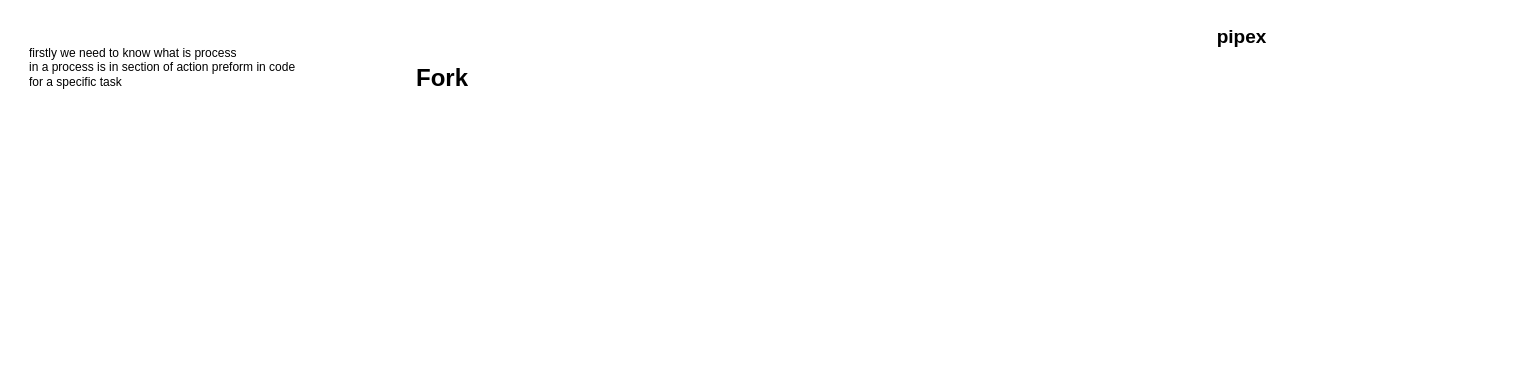
This is Untitled Diagram.drawio from raynlamlaika/pipex, a draw.io file, before an edit. Source tidied: cells renumbered, new cells numbered last; positions are measured from the earlier drawing's top-left corner, leaving out a move shared by most shapes. Both pictures are drawn from the tidied source at 100%, with x=0, y=0 at pixel (27, 17).
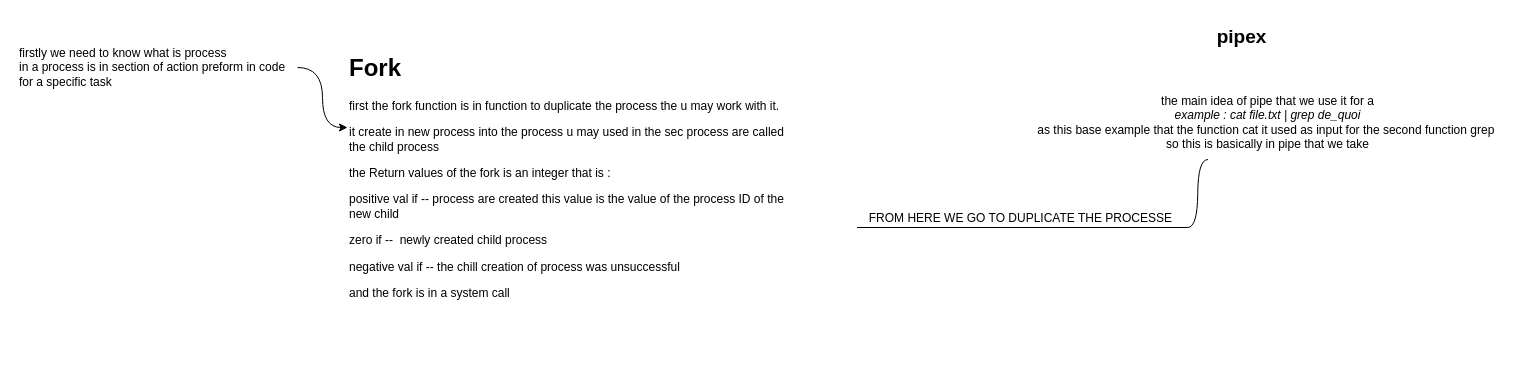
The same diagram, later.

The edit, as a diff of the source:
```diff
@@
 <mxGraphModel>
   <root>
     <mxCell id="0" />
     <mxCell id="1" parent="0" />
     <mxCell id="2" value="&lt;font style=&quot;color: light-dark(rgb(0, 0, 0), rgb(255, 175, 0)); font-size: 19px;&quot;&gt;pipex&lt;/font&gt;" style="text;align=center;fontStyle=1;verticalAlign=middle;spacingLeft=3;spacingRight=3;strokeColor=none;html=1;" parent="1" vertex="1">
       <mxGeometry x="1149" width="130" height="40" as="geometry" />
     </mxCell>
+    <mxCell id="5" style="edgeStyle=orthogonalEdgeStyle;rounded=0;jettySize=auto;html=1;exitX=1;exitY=0.5;exitDx=0;exitDy=0;entryX=0;entryY=0.25;entryDx=0;entryDy=0;curved=1;" parent="1" edge="1" source="3" target="4">
+      <mxGeometry relative="1" as="geometry" />
+    </mxCell>
     <mxCell id="3" value="firstly we need to know what is process&amp;nbsp;&lt;div style=&quot;&quot;&gt;in a process is in section of action preform&amp;nbsp;in code&amp;nbsp; for a specific task&lt;/div&gt;" style="text;html=1;align=left;verticalAlign=middle;whiteSpace=wrap;rounded=0;" parent="1" vertex="1">
-      <mxGeometry y="10" width="280" height="80" as="geometry" />
+      <mxGeometry x="-10" y="10" width="280" height="80" as="geometry" />
     </mxCell>
-    <mxCell id="4" value="&lt;h1 style=&quot;margin-top: 0px;&quot;&gt;Fork&lt;/h1&gt;&lt;p&gt;&lt;br&gt;&lt;/p&gt;" style="text;html=1;whiteSpace=wrap;overflow=hidden;rounded=0;" parent="1" vertex="1">
-      <mxGeometry x="387" y="40" width="180" height="120" as="geometry" />
+    <mxCell id="4" value="&lt;h1 style=&quot;margin-top: 0px;&quot;&gt;Fork&lt;/h1&gt;&lt;p&gt;first the fork function is in function to duplicate the process the u may work with it.&amp;nbsp;&lt;/p&gt;&lt;p&gt;&lt;span style=&quot;background-color: transparent; color: light-dark(rgb(0, 0, 0), rgb(255, 255, 255));&quot;&gt;it create in new process into the process u may used in the sec process are called the child process&lt;/span&gt;&lt;/p&gt;&lt;p&gt;the Return values of the fork is an integer that is :&amp;nbsp;&lt;/p&gt;&lt;p&gt;positive val if -- process are created this value is the value of the process ID of the new child&amp;nbsp;&lt;/p&gt;&lt;p&gt;zero if --&amp;nbsp; newly created child process&lt;/p&gt;&lt;p&gt;&lt;font&gt;negative&lt;/font&gt; val if --&amp;nbsp;&lt;span style=&quot;background-color: transparent; color: light-dark(rgb(0, 0, 0), rgb(255, 255, 255));&quot;&gt;the chill creation of process was unsuccessful&lt;/span&gt;&lt;/p&gt;&lt;p&gt;and the fork is in a &lt;font style=&quot;color: light-dark(rgb(0, 0, 0), rgb(255, 0, 0));&quot;&gt;system call&lt;/font&gt;&lt;/p&gt;" style="text;html=1;whiteSpace=wrap;overflow=hidden;rounded=0;" parent="1" vertex="1">
+      <mxGeometry x="320" y="30" width="450" height="320" as="geometry" />
     </mxCell>
+    <mxCell id="6" value="the main idea of pipe that we use it for a&lt;div&gt;&lt;font style=&quot;color: light-dark(rgb(0, 0, 0), rgb(221, 255, 75));&quot;&gt;&lt;i&gt;example : cat file.txt | grep de_quoi&lt;/i&gt;&lt;/font&gt;&lt;/div&gt;&lt;div&gt;as this base example that the function cat it used as input for the second function grep&amp;nbsp;&lt;/div&gt;&lt;div&gt;so this is basically in pipe that we take&lt;/div&gt;" style="text;html=1;align=center;verticalAlign=middle;points=[];strokeColor=none;fillColor=none;" parent="1" vertex="1">
+      <mxGeometry x="1000" y="70" width="480" height="70" as="geometry" />
+    </mxCell>
+    <mxCell id="7" value="FROM HERE WE GO TO DUPLICATE THE PROCESSE&amp;nbsp;" style="whiteSpace=wrap;html=1;shape=partialRectangle;top=0;left=0;bottom=1;right=0;points=[[0,1],[1,1]];fillColor=none;align=center;verticalAlign=bottom;routingCenterY=0.5;snapToPoint=1;newEdgeStyle={&quot;edgeStyle&quot;:&quot;entityRelationEdgeStyle&quot;,&quot;startArrow&quot;:&quot;none&quot;,&quot;endArrow&quot;:&quot;none&quot;,&quot;segment&quot;:10,&quot;curved&quot;:1,&quot;sourcePerimeterSpacing&quot;:0,&quot;targetPerimeterSpacing&quot;:0};" parent="1" vertex="1">
+      <mxGeometry x="830" y="170" width="330" height="40" as="geometry" />
+    </mxCell>
+    <mxCell id="8" style="edgeStyle=entityRelationEdgeStyle;startArrow=none;endArrow=none;segment=10;curved=1;sourcePerimeterSpacing=0;targetPerimeterSpacing=0;rounded=0;exitX=0.376;exitY=1.029;exitDx=0;exitDy=0;exitPerimeter=0;" parent="1" edge="1" source="6" target="7">
+      <mxGeometry relative="1" as="geometry">
+        <Array as="points">
+          <mxPoint x="1410" y="90" />
+          <mxPoint x="1537.1" y="70" />
+        </Array>
+      </mxGeometry>
+    </mxCell>
   </root>
 </mxGraphModel>
```
